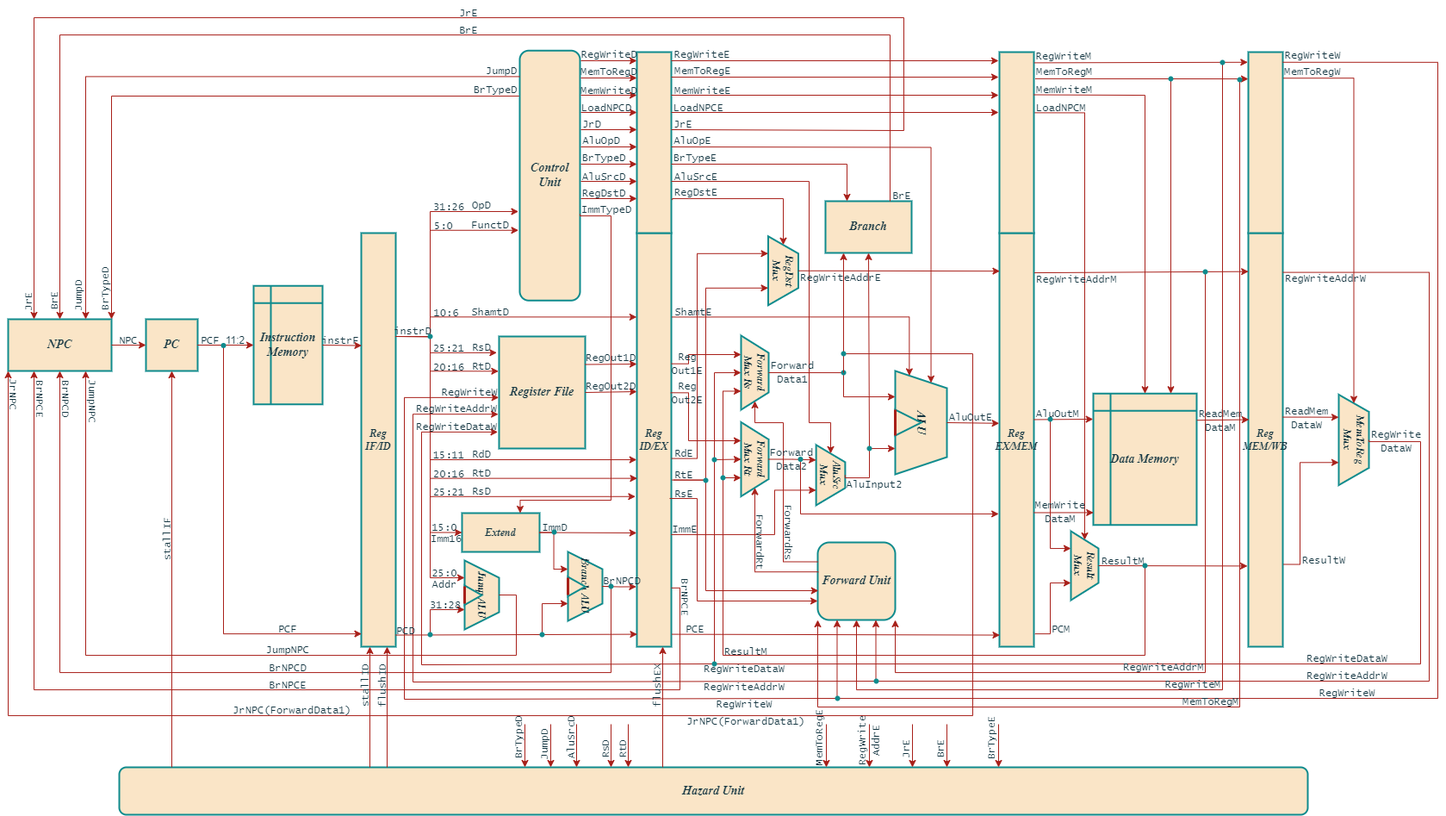
This is Documents/流水线CPU数据通路.drawio.png from cangtianhuang/BIT-pipelined-cpu, a draw.io export, as it was before one commit. Source tidied: cells renumbered, new cells last; positions are measured from the earlier drawing's top-left corner, leaving out a move shared by most shapes.
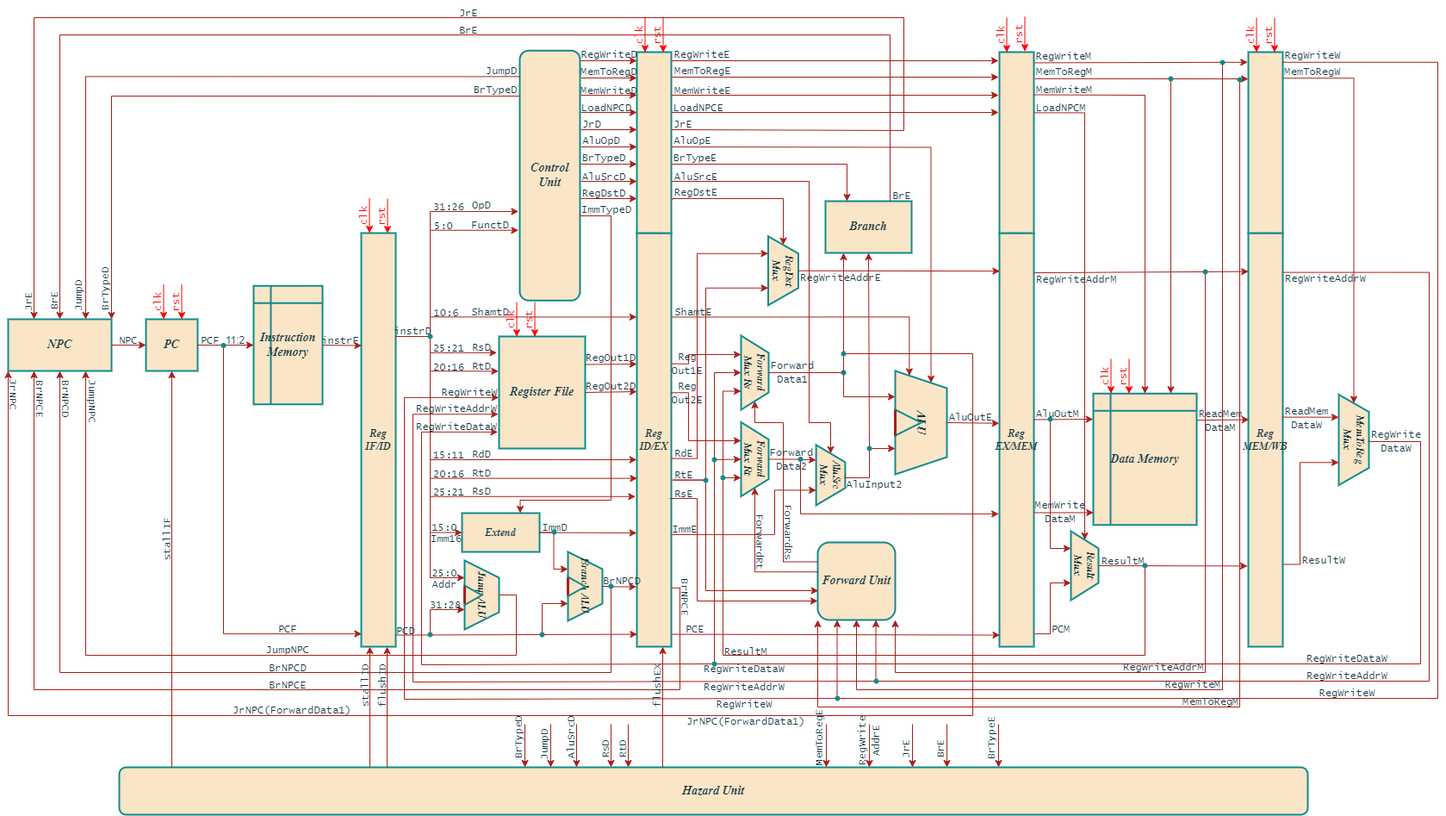
Later version of the same file.

Commit message:
edit personal excel, add clk and rst signals in datapath diagram

Change to the diagram source:
```diff
@@ -1284,5 +1284,173 @@
     <mxCell id="302" value="&lt;font face=&quot;Lucida Console&quot;&gt;JrNPC(ForwardData1)&lt;/font&gt;" style="text;html=1;strokeColor=none;fillColor=none;align=center;verticalAlign=middle;whiteSpace=wrap;rounded=0;labelBackgroundColor=none;fontColor=#143642;" parent="1" vertex="1">
       <mxGeometry x="801" y="822" width="160" height="30" as="geometry" />
     </mxCell>
+    <mxCell id="303" style="group;" parent="1" vertex="1">
+      <mxGeometry x="743" y="20" width="30" height="40.2" as="geometry" />
+    </mxCell>
+    <mxCell id="304" style="endArrow=classic;html=1;rounded=0;entryX=0.25;entryY=0;entryDx=0;entryDy=0;strokeColor=#FF0000;" parent="303" edge="1">
+      <mxGeometry relative="1" as="geometry">
+        <mxPoint x="20.5" y="0.2" as="sourcePoint" />
+        <mxPoint x="20.5" y="40.2" as="targetPoint" />
+      </mxGeometry>
+    </mxCell>
+    <mxCell id="305" value="clk" style="text;html=1;strokeColor=none;fillColor=none;align=center;verticalAlign=middle;whiteSpace=wrap;rounded=0;fontColor=#FF0000;fontFamily=Lucida Console;rotation=-90;" parent="303" vertex="1">
+      <mxGeometry x="-5" y="5" width="40" height="30" as="geometry" />
+    </mxCell>
+    <mxCell id="306" style="group;" parent="1" vertex="1">
+      <mxGeometry x="594" y="350" width="30" height="40.2" as="geometry" />
+    </mxCell>
+    <mxCell id="307" style="endArrow=classic;html=1;rounded=0;entryX=0.25;entryY=0;entryDx=0;entryDy=0;strokeColor=#FF0000;" parent="306" edge="1">
+      <mxGeometry relative="1" as="geometry">
+        <mxPoint x="20.5" y="0.2" as="sourcePoint" />
+        <mxPoint x="20.5" y="40.2" as="targetPoint" />
+      </mxGeometry>
+    </mxCell>
+    <mxCell id="308" value="clk" style="text;html=1;strokeColor=none;fillColor=none;align=center;verticalAlign=middle;whiteSpace=wrap;rounded=0;fontColor=#FF0000;fontFamily=Lucida Console;rotation=-90;" parent="306" vertex="1">
+      <mxGeometry x="-5" y="5" width="40" height="30" as="geometry" />
+    </mxCell>
+    <mxCell id="309" style="group;" parent="1" vertex="1">
+      <mxGeometry x="1163" y="20" width="30" height="40.2" as="geometry" />
+    </mxCell>
+    <mxCell id="310" style="endArrow=classic;html=1;rounded=0;entryX=0.25;entryY=0;entryDx=0;entryDy=0;strokeColor=#FF0000;" parent="309" edge="1">
+      <mxGeometry relative="1" as="geometry">
+        <mxPoint x="20.5" y="0.2" as="sourcePoint" />
+        <mxPoint x="20.5" y="40.2" as="targetPoint" />
+      </mxGeometry>
+    </mxCell>
+    <mxCell id="311" value="clk" style="text;html=1;strokeColor=none;fillColor=none;align=center;verticalAlign=middle;whiteSpace=wrap;rounded=0;fontColor=#FF0000;fontFamily=Lucida Console;rotation=-90;" parent="309" vertex="1">
+      <mxGeometry x="-5" y="5" width="40" height="30" as="geometry" />
+    </mxCell>
+    <mxCell id="312" style="group;" parent="1" vertex="1">
+      <mxGeometry x="1453" y="20" width="30" height="40.2" as="geometry" />
+    </mxCell>
+    <mxCell id="313" style="endArrow=classic;html=1;rounded=0;entryX=0.25;entryY=0;entryDx=0;entryDy=0;strokeColor=#FF0000;" parent="312" edge="1">
+      <mxGeometry relative="1" as="geometry">
+        <mxPoint x="20.5" y="0.2" as="sourcePoint" />
+        <mxPoint x="20.5" y="40.2" as="targetPoint" />
+      </mxGeometry>
+    </mxCell>
+    <mxCell id="314" value="clk" style="text;html=1;strokeColor=none;fillColor=none;align=center;verticalAlign=middle;whiteSpace=wrap;rounded=0;fontColor=#FF0000;fontFamily=Lucida Console;rotation=-90;" parent="312" vertex="1">
+      <mxGeometry x="-5" y="5" width="40" height="30" as="geometry" />
+    </mxCell>
+    <mxCell id="315" style="group;" parent="1" vertex="1">
+      <mxGeometry x="1284" y="416" width="30" height="40.2" as="geometry" />
+    </mxCell>
+    <mxCell id="316" style="endArrow=classic;html=1;rounded=0;entryX=0.25;entryY=0;entryDx=0;entryDy=0;strokeColor=#FF0000;" parent="315" edge="1">
+      <mxGeometry relative="1" as="geometry">
+        <mxPoint x="20.5" y="0.2" as="sourcePoint" />
+        <mxPoint x="20.5" y="40.2" as="targetPoint" />
+      </mxGeometry>
+    </mxCell>
+    <mxCell id="317" value="clk" style="text;html=1;strokeColor=none;fillColor=none;align=center;verticalAlign=middle;whiteSpace=wrap;rounded=0;fontColor=#FF0000;fontFamily=Lucida Console;rotation=-90;" parent="315" vertex="1">
+      <mxGeometry x="-5" y="5" width="40" height="30" as="geometry" />
+    </mxCell>
+    <mxCell id="318" style="group;" parent="1" vertex="1">
+      <mxGeometry x="184" y="329.8" width="30" height="40.2" as="geometry" />
+    </mxCell>
+    <mxCell id="319" style="endArrow=classic;html=1;rounded=0;entryX=0.25;entryY=0;entryDx=0;entryDy=0;strokeColor=#FF0000;" parent="318" edge="1">
+      <mxGeometry relative="1" as="geometry">
+        <mxPoint x="20.5" y="0.2" as="sourcePoint" />
+        <mxPoint x="20.5" y="40.2" as="targetPoint" />
+      </mxGeometry>
+    </mxCell>
+    <mxCell id="320" value="clk" style="text;html=1;strokeColor=none;fillColor=none;align=center;verticalAlign=middle;whiteSpace=wrap;rounded=0;fontColor=#FF0000;fontFamily=Lucida Console;rotation=-90;" parent="318" vertex="1">
+      <mxGeometry x="-5" y="5" width="40" height="30" as="geometry" />
+    </mxCell>
+    <mxCell id="321" style="group;" parent="1" vertex="1">
+      <mxGeometry x="423" y="229.8" width="30" height="40.2" as="geometry" />
+    </mxCell>
+    <mxCell id="322" style="endArrow=classic;html=1;rounded=0;entryX=0.25;entryY=0;entryDx=0;entryDy=0;strokeColor=#FF0000;" parent="321" edge="1">
+      <mxGeometry relative="1" as="geometry">
+        <mxPoint x="20.5" y="0.2" as="sourcePoint" />
+        <mxPoint x="20.5" y="40.2" as="targetPoint" />
+      </mxGeometry>
+    </mxCell>
+    <mxCell id="323" value="clk" style="text;html=1;strokeColor=none;fillColor=none;align=center;verticalAlign=middle;whiteSpace=wrap;rounded=0;fontColor=#FF0000;fontFamily=Lucida Console;rotation=-90;" parent="321" vertex="1">
+      <mxGeometry x="-5" y="5" width="40" height="30" as="geometry" />
+    </mxCell>
+    <mxCell id="324" style="group;" parent="1" vertex="1">
+      <mxGeometry x="205" y="329.8" width="30" height="40.2" as="geometry" />
+    </mxCell>
+    <mxCell id="325" style="endArrow=classic;html=1;rounded=0;entryX=0.25;entryY=0;entryDx=0;entryDy=0;strokeColor=#FF0000;" parent="324" edge="1">
+      <mxGeometry relative="1" as="geometry">
+        <mxPoint x="20.5" y="0.2" as="sourcePoint" />
+        <mxPoint x="20.5" y="40.2" as="targetPoint" />
+      </mxGeometry>
+    </mxCell>
+    <mxCell id="326" value="rst" style="text;html=1;strokeColor=none;fillColor=none;align=center;verticalAlign=middle;whiteSpace=wrap;rounded=0;fontColor=#FF0000;fontFamily=Lucida Console;rotation=-90;" parent="324" vertex="1">
+      <mxGeometry x="-5" y="5" width="40" height="30" as="geometry" />
+    </mxCell>
+    <mxCell id="327" style="group;" parent="1" vertex="1">
+      <mxGeometry x="444" y="230" width="30" height="40.2" as="geometry" />
+    </mxCell>
+    <mxCell id="328" style="endArrow=classic;html=1;rounded=0;entryX=0.25;entryY=0;entryDx=0;entryDy=0;strokeColor=#FF0000;" parent="327" edge="1">
+      <mxGeometry relative="1" as="geometry">
+        <mxPoint x="20.5" y="0.2" as="sourcePoint" />
+        <mxPoint x="20.5" y="40.2" as="targetPoint" />
+      </mxGeometry>
+    </mxCell>
+    <mxCell id="329" value="rst" style="text;html=1;strokeColor=none;fillColor=none;align=center;verticalAlign=middle;whiteSpace=wrap;rounded=0;fontColor=#FF0000;fontFamily=Lucida Console;rotation=-90;" parent="327" vertex="1">
+      <mxGeometry x="-5" y="5" width="40" height="30" as="geometry" />
+    </mxCell>
+    <mxCell id="330" style="group;" parent="1" vertex="1">
+      <mxGeometry x="615" y="350" width="30" height="40.2" as="geometry" />
+    </mxCell>
+    <mxCell id="331" style="endArrow=classic;html=1;rounded=0;entryX=0.25;entryY=0;entryDx=0;entryDy=0;strokeColor=#FF0000;" parent="330" edge="1">
+      <mxGeometry relative="1" as="geometry">
+        <mxPoint x="20.5" y="0.2" as="sourcePoint" />
+        <mxPoint x="20.5" y="40.2" as="targetPoint" />
+      </mxGeometry>
+    </mxCell>
+    <mxCell id="332" value="rst" style="text;html=1;strokeColor=none;fillColor=none;align=center;verticalAlign=middle;whiteSpace=wrap;rounded=0;fontColor=#FF0000;fontFamily=Lucida Console;rotation=-90;" parent="330" vertex="1">
+      <mxGeometry x="-5" y="5" width="40" height="30" as="geometry" />
+    </mxCell>
+    <mxCell id="333" style="group;" parent="1" vertex="1">
+      <mxGeometry x="764" y="20" width="30" height="40.2" as="geometry" />
+    </mxCell>
+    <mxCell id="334" style="endArrow=classic;html=1;rounded=0;entryX=0.25;entryY=0;entryDx=0;entryDy=0;strokeColor=#FF0000;" parent="333" edge="1">
+      <mxGeometry relative="1" as="geometry">
+        <mxPoint x="20.5" y="0.2" as="sourcePoint" />
+        <mxPoint x="20.5" y="40.2" as="targetPoint" />
+      </mxGeometry>
+    </mxCell>
+    <mxCell id="335" value="rst" style="text;html=1;strokeColor=none;fillColor=none;align=center;verticalAlign=middle;whiteSpace=wrap;rounded=0;fontColor=#FF0000;fontFamily=Lucida Console;rotation=-90;" parent="333" vertex="1">
+      <mxGeometry x="-5" y="5" width="40" height="30" as="geometry" />
+    </mxCell>
+    <mxCell id="336" style="group;" parent="1" vertex="1">
+      <mxGeometry x="1184" y="18.9" width="30" height="40.2" as="geometry" />
+    </mxCell>
+    <mxCell id="337" style="endArrow=classic;html=1;rounded=0;entryX=0.25;entryY=0;entryDx=0;entryDy=0;strokeColor=#FF0000;" parent="336" edge="1">
+      <mxGeometry relative="1" as="geometry">
+        <mxPoint x="20.5" y="0.2" as="sourcePoint" />
+        <mxPoint x="20.5" y="40.2" as="targetPoint" />
+      </mxGeometry>
+    </mxCell>
+    <mxCell id="338" value="rst" style="text;html=1;strokeColor=none;fillColor=none;align=center;verticalAlign=middle;whiteSpace=wrap;rounded=0;fontColor=#FF0000;fontFamily=Lucida Console;rotation=-90;" parent="336" vertex="1">
+      <mxGeometry x="-5" y="5" width="40" height="30" as="geometry" />
+    </mxCell>
+    <mxCell id="339" style="group;" parent="1" vertex="1">
+      <mxGeometry x="1474" y="20" width="30" height="40.2" as="geometry" />
+    </mxCell>
+    <mxCell id="340" style="endArrow=classic;html=1;rounded=0;entryX=0.25;entryY=0;entryDx=0;entryDy=0;strokeColor=#FF0000;" parent="339" edge="1">
+      <mxGeometry relative="1" as="geometry">
+        <mxPoint x="20.5" y="0.2" as="sourcePoint" />
+        <mxPoint x="20.5" y="40.2" as="targetPoint" />
+      </mxGeometry>
+    </mxCell>
+    <mxCell id="341" value="rst" style="text;html=1;strokeColor=none;fillColor=none;align=center;verticalAlign=middle;whiteSpace=wrap;rounded=0;fontColor=#FF0000;fontFamily=Lucida Console;rotation=-90;" parent="339" vertex="1">
+      <mxGeometry x="-5" y="5" width="40" height="30" as="geometry" />
+    </mxCell>
+    <mxCell id="342" style="group;" parent="1" vertex="1">
+      <mxGeometry x="1305" y="416" width="30" height="40.2" as="geometry" />
+    </mxCell>
+    <mxCell id="343" style="endArrow=classic;html=1;rounded=0;entryX=0.25;entryY=0;entryDx=0;entryDy=0;strokeColor=#FF0000;" parent="342" edge="1">
+      <mxGeometry relative="1" as="geometry">
+        <mxPoint x="20.5" y="0.2" as="sourcePoint" />
+        <mxPoint x="20.5" y="40.2" as="targetPoint" />
+      </mxGeometry>
+    </mxCell>
+    <mxCell id="344" value="rst" style="text;html=1;strokeColor=none;fillColor=none;align=center;verticalAlign=middle;whiteSpace=wrap;rounded=0;fontColor=#FF0000;fontFamily=Lucida Console;rotation=-90;" parent="342" vertex="1">
+      <mxGeometry x="-5" y="5" width="40" height="30" as="geometry" />
+    </mxCell>
   </root>
 </mxGraphModel>
```
